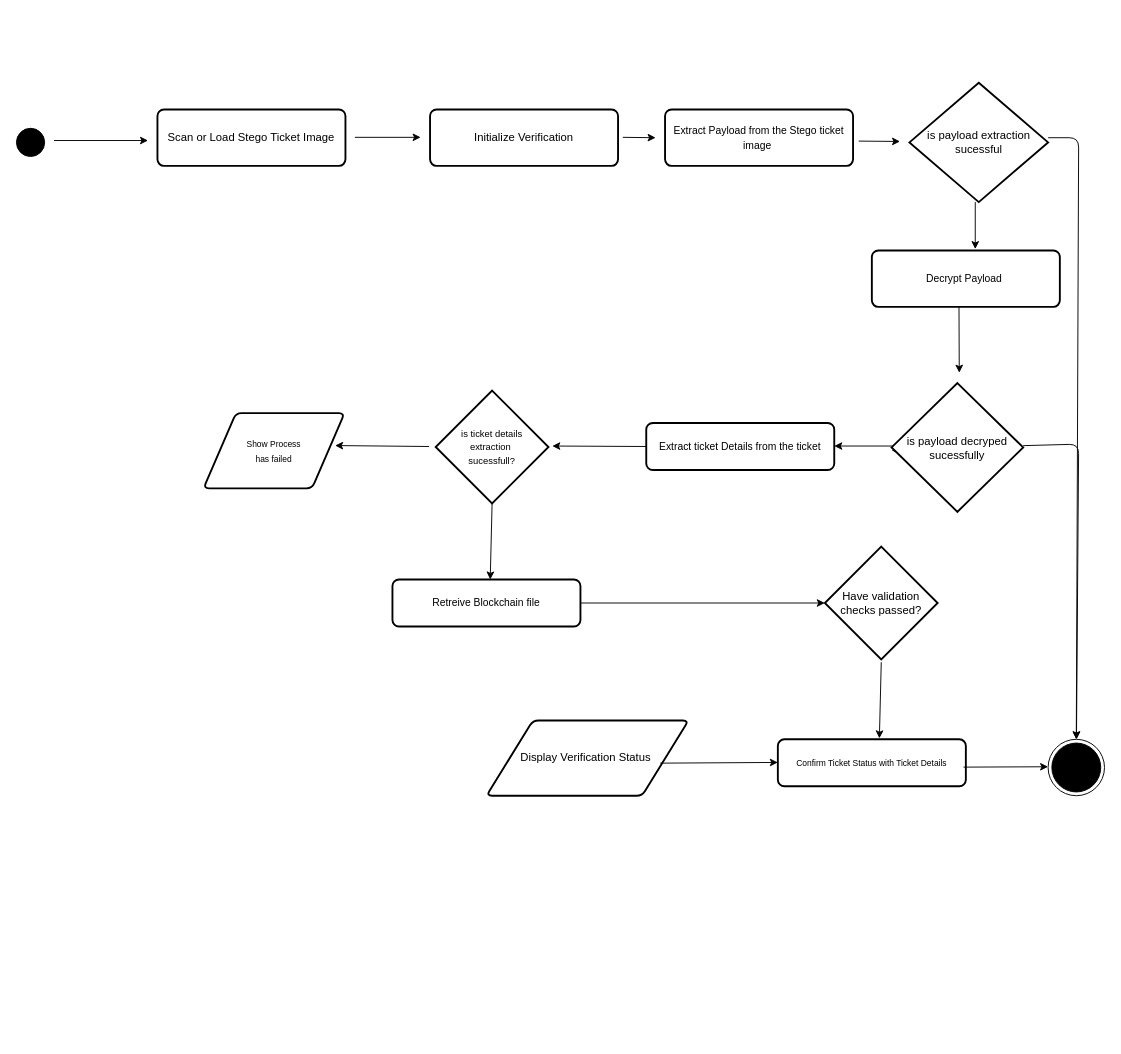
Before: eventChainFlowchart.drawio in raytembo/event_chain, a draw.io diagram. Source tidied: cells renumbered, new cells numbered last; positions are measured from the earlier drawing's top-left corner, leaving out a move shared by most shapes. Both pictures are drawn from the tidied source at 94%, with x=0, y=0 at pixel (16, 83).
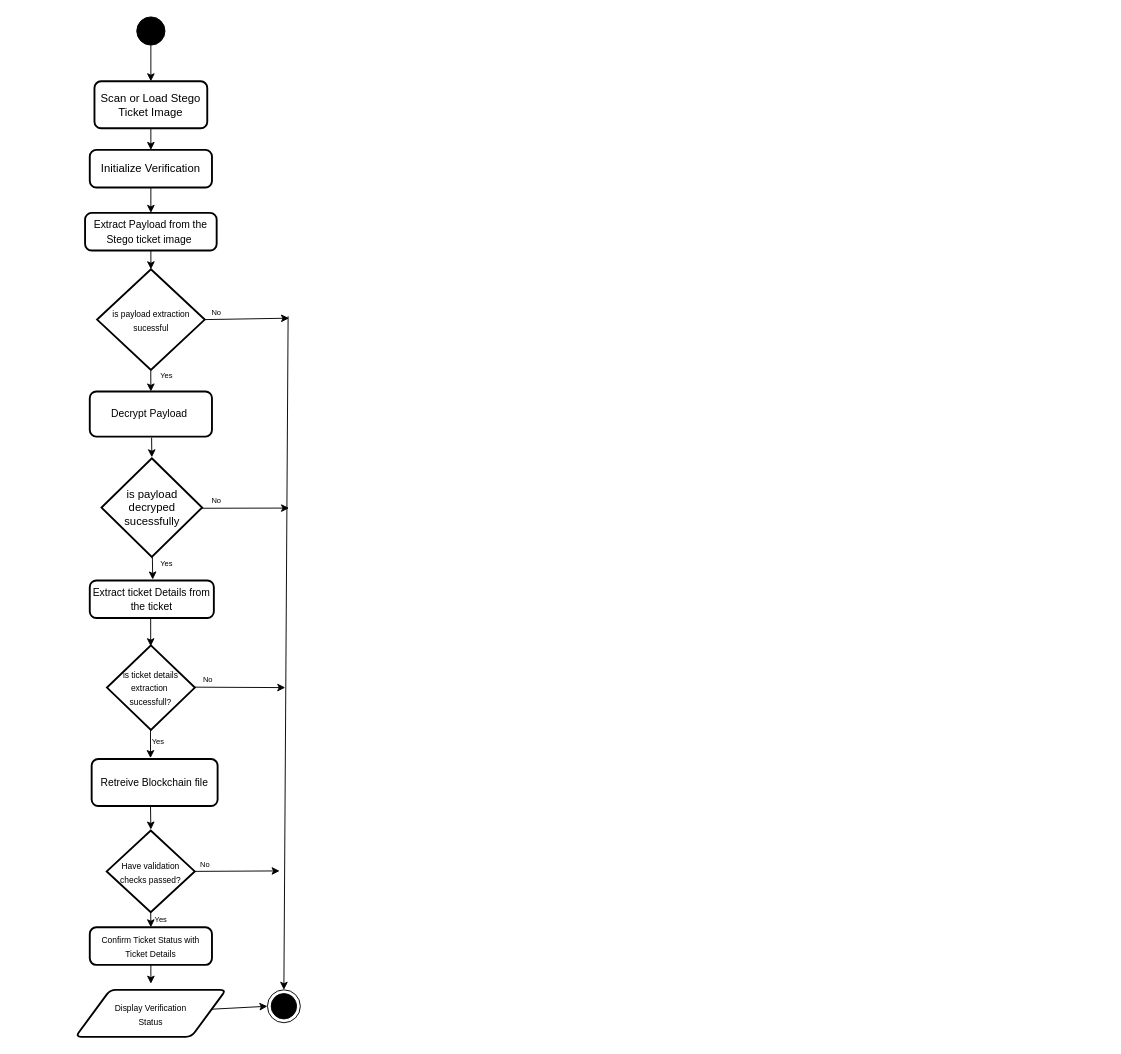
The same page after the edit.

Diff of the diagram source:
```diff
@@
     <mxCell id="2" value="Scan or Load Stego Ticket Image" style="rounded=1;whiteSpace=wrap;html=1;absoluteArcSize=1;arcSize=14;strokeWidth=2;" parent="1" vertex="1">
-      <mxGeometry x="150" y="28" width="200" height="60" as="geometry" />
+      <mxGeometry x="83" y="-2" width="120" height="50" as="geometry" />
     </mxCell>
     <mxCell id="3" value="Initialize Verification" style="rounded=1;whiteSpace=wrap;html=1;absoluteArcSize=1;arcSize=14;strokeWidth=2;" parent="1" vertex="1">
-      <mxGeometry x="440" y="28" width="200" height="60" as="geometry" />
+      <mxGeometry x="78" y="71" width="130" height="40" as="geometry" />
     </mxCell>
     <mxCell id="4" value="&lt;font style=&quot;font-size: 11px;&quot;&gt;Extract Payload from the Stego ticket image&amp;nbsp;&lt;/font&gt;" style="rounded=1;whiteSpace=wrap;html=1;absoluteArcSize=1;arcSize=14;strokeWidth=2;" parent="1" vertex="1">
-      <mxGeometry x="690" y="28" width="200" height="60" as="geometry" />
+      <mxGeometry x="73" y="138" width="140" height="40" as="geometry" />
     </mxCell>
     <mxCell id="5" value="&lt;span style=&quot;font-size: 11px;&quot;&gt;Decrypt Payload&amp;nbsp;&lt;/span&gt;" style="rounded=1;whiteSpace=wrap;html=1;absoluteArcSize=1;arcSize=14;strokeWidth=2;" parent="1" vertex="1">
-      <mxGeometry x="910" y="178" width="200" height="60" as="geometry" />
+      <mxGeometry x="78" y="328" width="130" height="48" as="geometry" />
     </mxCell>
-    <mxCell id="6" value="&lt;span style=&quot;font-size: 11px;&quot;&gt;Retreive Blockchain file&lt;/span&gt;" style="rounded=1;whiteSpace=wrap;html=1;absoluteArcSize=1;arcSize=14;strokeWidth=2;" parent="1" vertex="1">
-      <mxGeometry x="400" y="528" width="200" height="50" as="geometry" />
-    </mxCell>
-    <mxCell id="7" value="&lt;span style=&quot;font-size: 11px;&quot;&gt;Extract ticket Details from the ticket&lt;/span&gt;" style="rounded=1;whiteSpace=wrap;html=1;absoluteArcSize=1;arcSize=14;strokeWidth=2;" parent="1" vertex="1">
-      <mxGeometry x="670" y="361.5" width="200" height="50" as="geometry" />
-    </mxCell>
-    <mxCell id="8" value="&lt;font style=&quot;font-size: 10px;&quot;&gt;is ticket details&lt;/font&gt;&lt;div&gt;&lt;font style=&quot;font-size: 10px;&quot;&gt;extraction&amp;nbsp;&lt;/font&gt;&lt;/div&gt;&lt;div&gt;&lt;font style=&quot;font-size: 10px;&quot;&gt;sucessfull?&lt;/font&gt;&lt;/div&gt;" style="strokeWidth=2;html=1;shape=mxgraph.flowchart.decision;whiteSpace=wrap;" parent="1" vertex="1">
-      <mxGeometry x="446" y="327" width="120" height="120" as="geometry" />
-    </mxCell>
-    <mxCell id="9" value="Have validation checks passed?" style="strokeWidth=2;html=1;shape=mxgraph.flowchart.decision;whiteSpace=wrap;" parent="1" vertex="1">
-      <mxGeometry x="860" y="493" width="120" height="120" as="geometry" />
-    </mxCell>
-    <mxCell id="10" value="&lt;font style=&quot;font-size: 9px;&quot;&gt;Confirm Ticket Status with Ticket Details&lt;/font&gt;" style="rounded=1;whiteSpace=wrap;html=1;absoluteArcSize=1;arcSize=14;strokeWidth=2;" parent="1" vertex="1">
-      <mxGeometry x="810" y="698" width="200" height="50" as="geometry" />
-    </mxCell>
-    <mxCell id="11" value="&lt;font style=&quot;font-size: 9px;&quot;&gt;Show Process&lt;/font&gt;&lt;div&gt;&lt;font style=&quot;font-size: 9px;&quot;&gt;has failed&lt;/font&gt;&lt;/div&gt;" style="shape=parallelogram;html=1;strokeWidth=2;perimeter=parallelogramPerimeter;whiteSpace=wrap;rounded=1;arcSize=12;size=0.23;" parent="1" vertex="1">
-      <mxGeometry x="199" y="351" width="150" height="80" as="geometry" />
-    </mxCell>
-    <mxCell id="12" value="Display Verification Status&amp;nbsp;" style="shape=parallelogram;html=1;strokeWidth=2;perimeter=parallelogramPerimeter;whiteSpace=wrap;rounded=1;arcSize=12;size=0.23;" parent="1" vertex="1">
-      <mxGeometry x="500" y="678" width="215" height="80" as="geometry" />
-    </mxCell>
-    <mxCell id="13" style="endArrow=classic;html=1;exitX=0.86;exitY=0.567;exitDx=0;exitDy=0;exitPerimeter=0;" parent="1" edge="1" source="12">
-      <mxGeometry relative="1" as="geometry">
-        <mxPoint x="810" y="722.6" as="targetPoint" />
-      </mxGeometry>
-    </mxCell>
     <mxCell id="14" style="ellipse;html=1;shape=endState;fillColor=strokeColor;" parent="1" vertex="1">
-      <mxGeometry x="1097.5" y="698" width="60" height="60" as="geometry" />
+      <mxGeometry x="267" y="964.5" width="35" height="35" as="geometry" />
     </mxCell>
-    <mxCell id="15" style="endArrow=classic;html=1;" parent="1" edge="1" source="33" target="14">
-      <mxGeometry relative="1" as="geometry">
-        <Array as="points">
-          <mxPoint x="1130" y="384" />
-        </Array>
-      </mxGeometry>
-    </mxCell>
-    <mxCell id="16" style="endArrow=classic;html=1;" parent="1" edge="1">
-      <mxGeometry relative="1" as="geometry">
-        <mxPoint x="1007.5" y="727.6" as="sourcePoint" />
-        <mxPoint x="1097.5" y="727.2" as="targetPoint" />
-      </mxGeometry>
-    </mxCell>
-    <mxCell id="17" style="endArrow=classic;html=1;" parent="1" edge="1">
+    <mxCell id="17" style="endArrow=classic;html=1;exitX=0.5;exitY=1;exitDx=0;exitDy=0;" parent="1" edge="1" source="20">
       <mxGeometry relative="1" as="geometry">
-        <mxPoint x="40" y="61" as="sourcePoint" />
-        <mxPoint x="140" y="61" as="targetPoint" />
+        <mxPoint x="143" y="-2" as="targetPoint" />
       </mxGeometry>
     </mxCell>
-    <mxCell id="18" style="endArrow=classic;html=1;" parent="1" edge="1">
-      <mxGeometry relative="1" as="geometry">
-        <mxPoint x="360" y="57.6" as="sourcePoint" />
-        <mxPoint x="430" y="57.6" as="targetPoint" />
-      </mxGeometry>
+    <mxCell id="18" style="endArrow=classic;html=1;exitX=0.5;exitY=1;exitDx=0;exitDy=0;entryX=0.5;entryY=0;entryDx=0;entryDy=0;" parent="1" edge="1" source="2" target="3">
+      <mxGeometry relative="1" as="geometry" />
     </mxCell>
-    <mxCell id="19" style="endArrow=classic;html=1;" parent="1" edge="1">
-      <mxGeometry relative="1" as="geometry">
-        <mxPoint x="645" y="57.6" as="sourcePoint" />
-        <mxPoint x="680" y="58" as="targetPoint" />
-      </mxGeometry>
+    <mxCell id="19" style="endArrow=classic;html=1;exitX=0.5;exitY=1;exitDx=0;exitDy=0;entryX=0.5;entryY=0;entryDx=0;entryDy=0;" parent="1" edge="1" source="3" target="4">
+      <mxGeometry relative="1" as="geometry" />
     </mxCell>
     <mxCell id="20" style="ellipse;fillColor=strokeColor;html=1;" parent="1" vertex="1">
-      <mxGeometry y="48" width="30" height="30" as="geometry" />
+      <mxGeometry x="128" y="-70.5" width="30" height="30" as="geometry" />
     </mxCell>
-    <mxCell id="21" style="endArrow=classic;html=1;" parent="1" edge="1">
+    <mxCell id="21" style="endArrow=classic;html=1;exitX=1;exitY=0.5;exitDx=0;exitDy=0;exitPerimeter=0;" parent="1" edge="1">
       <mxGeometry relative="1" as="geometry">
-        <mxPoint x="1020" y="126.5" as="sourcePoint" />
-        <mxPoint x="1020" y="176.5" as="targetPoint" />
+        <mxPoint x="200.2" y="251.5" as="sourcePoint" />
+        <mxPoint x="290" y="250" as="targetPoint" />
       </mxGeometry>
     </mxCell>
-    <mxCell id="22" style="endArrow=classic;html=1;" parent="1" edge="1">
-      <mxGeometry relative="1" as="geometry">
-        <mxPoint x="1002.7" y="238" as="sourcePoint" />
-        <mxPoint x="1003" y="308" as="targetPoint" />
-      </mxGeometry>
-    </mxCell>
-    <mxCell id="23" style="endArrow=classic;html=1;" parent="1" edge="1">
-      <mxGeometry relative="1" as="geometry">
-        <mxPoint x="940" y="386" as="sourcePoint" />
-        <mxPoint x="870" y="386" as="targetPoint" />
-      </mxGeometry>
-    </mxCell>
-    <mxCell id="24" style="endArrow=classic;html=1;exitX=0;exitY=0.5;exitDx=0;exitDy=0;" parent="1" edge="1" source="7">
-      <mxGeometry relative="1" as="geometry">
-        <mxPoint x="570" y="386" as="targetPoint" />
-      </mxGeometry>
-    </mxCell>
-    <mxCell id="25" style="endArrow=classic;html=1;exitX=0;exitY=0.5;exitDx=0;exitDy=0;" parent="1" edge="1">
-      <mxGeometry relative="1" as="geometry">
-        <mxPoint x="439" y="386.5" as="sourcePoint" />
-        <mxPoint x="339" y="385.5" as="targetPoint" />
-      </mxGeometry>
-    </mxCell>
-    <mxCell id="26" style="endArrow=classic;html=1;exitX=0.5;exitY=1;exitDx=0;exitDy=0;exitPerimeter=0;entryX=0.52;entryY=0;entryDx=0;entryDy=0;entryPerimeter=0;" parent="1" edge="1" source="8" target="6">
-      <mxGeometry relative="1" as="geometry" />
-    </mxCell>
-    <mxCell id="27" style="endArrow=classic;html=1;entryX=0;entryY=0.5;entryDx=0;entryDy=0;entryPerimeter=0;exitX=1;exitY=0.5;exitDx=0;exitDy=0;" parent="1" edge="1" source="6" target="9">
-      <mxGeometry relative="1" as="geometry" />
-    </mxCell>
-    <mxCell id="28" style="endArrow=classic;html=1;exitX=0.5;exitY=1;exitDx=0;exitDy=0;exitPerimeter=0;entryX=0.52;entryY=0;entryDx=0;entryDy=0;entryPerimeter=0;" parent="1" edge="1">
-      <mxGeometry relative="1" as="geometry">
-        <mxPoint x="920" y="616" as="sourcePoint" />
-        <mxPoint x="918" y="697" as="targetPoint" />
-      </mxGeometry>
-    </mxCell>
-    <mxCell id="29" value="is payload extraction sucessful" style="strokeWidth=2;html=1;shape=mxgraph.flowchart.decision;whiteSpace=wrap;" parent="1" vertex="1">
-      <mxGeometry x="950" y="-0.5" width="147.5" height="127" as="geometry" />
+    <mxCell id="29" value="&lt;font style=&quot;font-size: 9px;&quot;&gt;is payload extraction sucessful&lt;/font&gt;" style="strokeWidth=2;html=1;shape=mxgraph.flowchart.decision;whiteSpace=wrap;" parent="1" vertex="1">
+      <mxGeometry x="85.8" y="198" width="114.5" height="107" as="geometry" />
     </mxCell>
-    <mxCell id="30" style="endArrow=classic;html=1;" parent="1" edge="1">
-      <mxGeometry relative="1" as="geometry">
-        <mxPoint x="896" y="61.6" as="sourcePoint" />
-        <mxPoint x="940" y="62" as="targetPoint" />
-      </mxGeometry>
+    <mxCell id="30" style="endArrow=classic;html=1;entryX=0.5;entryY=0;entryDx=0;entryDy=0;entryPerimeter=0;exitX=0.5;exitY=1;exitDx=0;exitDy=0;" parent="1" edge="1" source="4" target="29">
+      <mxGeometry relative="1" as="geometry" />
     </mxCell>
-    <mxCell id="31" style="endArrow=classic;html=1;entryX=0.5;entryY=0;entryDx=0;entryDy=0;" parent="1" edge="1" target="14">
-      <mxGeometry relative="1" as="geometry">
-        <mxPoint x="1097.5" y="58" as="sourcePoint" />
-        <Array as="points">
-          <mxPoint x="1130" y="58" />
-        </Array>
-      </mxGeometry>
-    </mxCell>
-    <mxCell id="32" style="endArrow=classic;html=1;" parent="1" edge="1" target="33">
-      <mxGeometry relative="1" as="geometry">
-        <mxPoint x="990" y="388" as="sourcePoint" />
-      </mxGeometry>
-    </mxCell>
     <mxCell id="33" value="is payload decryped sucessfully" style="strokeWidth=2;html=1;shape=mxgraph.flowchart.decision;whiteSpace=wrap;" parent="1" vertex="1">
-      <mxGeometry x="931" y="319" width="140" height="137" as="geometry" />
+      <mxGeometry x="90.5" y="399" width="107" height="105" as="geometry" />
     </mxCell>
+    <mxCell id="34" style="endArrow=classic;html=1;exitX=0.5;exitY=1;exitDx=0;exitDy=0;" parent="1" edge="1">
+      <mxGeometry relative="1" as="geometry">
+        <mxPoint x="142.9" y="306" as="sourcePoint" />
+        <mxPoint x="143" y="328" as="targetPoint" />
+      </mxGeometry>
+    </mxCell>
+    <mxCell id="35" style="endArrow=classic;html=1;exitX=0.5;exitY=1;exitDx=0;exitDy=0;" parent="1" edge="1">
+      <mxGeometry relative="1" as="geometry">
+        <mxPoint x="143.8" y="377" as="sourcePoint" />
+        <mxPoint x="144" y="398" as="targetPoint" />
+      </mxGeometry>
+    </mxCell>
+    <mxCell id="36" style="endArrow=classic;html=1;exitX=1;exitY=0.5;exitDx=0;exitDy=0;exitPerimeter=0;" parent="1" edge="1">
+      <mxGeometry relative="1" as="geometry">
+        <mxPoint x="196.5" y="452.2" as="sourcePoint" />
+        <mxPoint x="290" y="452" as="targetPoint" />
+      </mxGeometry>
+    </mxCell>
+    <mxCell id="7" value="&lt;span style=&quot;font-size: 11px;&quot;&gt;Extract ticket Details from the ticket&lt;/span&gt;" style="rounded=1;whiteSpace=wrap;html=1;absoluteArcSize=1;arcSize=14;strokeWidth=2;" parent="1" vertex="1">
+      <mxGeometry x="78" y="529" width="132" height="40" as="geometry" />
+    </mxCell>
+    <mxCell id="37" style="endArrow=classic;html=1;exitX=0.5;exitY=1;exitDx=0;exitDy=0;" parent="1" edge="1">
+      <mxGeometry relative="1" as="geometry">
+        <mxPoint x="144.6" y="504" as="sourcePoint" />
+        <mxPoint x="145" y="528" as="targetPoint" />
+      </mxGeometry>
+    </mxCell>
+    <mxCell id="38" style="edgeStyle=none;html=1;exitX=1;exitY=0.5;exitDx=0;exitDy=0;exitPerimeter=0;" parent="1" edge="1">
+      <mxGeometry relative="1" as="geometry">
+        <mxPoint x="186" y="642.5" as="sourcePoint" />
+        <mxPoint x="286" y="643" as="targetPoint" />
+      </mxGeometry>
+    </mxCell>
+    <mxCell id="8" value="&lt;font style=&quot;font-size: 9px;&quot;&gt;is ticket details&lt;/font&gt;&lt;div&gt;&lt;font style=&quot;font-size: 9px;&quot;&gt;extraction&amp;nbsp;&lt;/font&gt;&lt;/div&gt;&lt;div&gt;&lt;font style=&quot;font-size: 9px;&quot;&gt;sucessfull?&lt;/font&gt;&lt;/div&gt;" style="strokeWidth=2;html=1;shape=mxgraph.flowchart.decision;whiteSpace=wrap;" parent="1" vertex="1">
+      <mxGeometry x="96.3" y="598" width="93.5" height="90" as="geometry" />
+    </mxCell>
+    <mxCell id="39" style="endArrow=classic;html=1;entryX=0.5;entryY=0;entryDx=0;entryDy=0;entryPerimeter=0;exitX=0.5;exitY=1;exitDx=0;exitDy=0;" parent="1" edge="1">
+      <mxGeometry relative="1" as="geometry">
+        <mxPoint x="142.8" y="569" as="sourcePoint" />
+        <mxPoint x="142.8" y="599" as="targetPoint" />
+      </mxGeometry>
+    </mxCell>
+    <mxCell id="6" value="&lt;span style=&quot;font-size: 11px;&quot;&gt;Retreive Blockchain file&lt;/span&gt;" style="rounded=1;whiteSpace=wrap;html=1;absoluteArcSize=1;arcSize=14;strokeWidth=2;" parent="1" vertex="1">
+      <mxGeometry x="80" y="719" width="134" height="50" as="geometry" />
+    </mxCell>
+    <mxCell id="40" style="endArrow=classic;html=1;entryX=0.5;entryY=0;entryDx=0;entryDy=0;entryPerimeter=0;exitX=0.5;exitY=1;exitDx=0;exitDy=0;" parent="1" edge="1">
+      <mxGeometry relative="1" as="geometry">
+        <mxPoint x="142.6" y="688" as="sourcePoint" />
+        <mxPoint x="142.6" y="718" as="targetPoint" />
+      </mxGeometry>
+    </mxCell>
+    <mxCell id="41" style="edgeStyle=none;html=1;exitX=0.5;exitY=1;exitDx=0;exitDy=0;exitPerimeter=0;entryX=0.5;entryY=0;entryDx=0;entryDy=0;" parent="1" edge="1" source="9" target="10">
+      <mxGeometry relative="1" as="geometry" />
+    </mxCell>
+    <mxCell id="42" style="edgeStyle=none;html=1;exitX=1;exitY=0.5;exitDx=0;exitDy=0;exitPerimeter=0;" parent="1" edge="1" source="9">
+      <mxGeometry relative="1" as="geometry">
+        <mxPoint x="280" y="838" as="targetPoint" />
+      </mxGeometry>
+    </mxCell>
+    <mxCell id="9" value="&lt;font style=&quot;font-size: 9px;&quot;&gt;Have validation checks passed?&lt;/font&gt;" style="strokeWidth=2;html=1;shape=mxgraph.flowchart.decision;whiteSpace=wrap;" parent="1" vertex="1">
+      <mxGeometry x="96" y="795" width="93.7" height="87" as="geometry" />
+    </mxCell>
+    <mxCell id="43" style="endArrow=classic;html=1;exitX=0.5;exitY=1;exitDx=0;exitDy=0;" parent="1" edge="1">
+      <mxGeometry relative="1" as="geometry">
+        <mxPoint x="142.6" y="769" as="sourcePoint" />
+        <mxPoint x="143" y="794" as="targetPoint" />
+      </mxGeometry>
+    </mxCell>
+    <mxCell id="44" style="edgeStyle=none;html=1;exitX=0.5;exitY=1;exitDx=0;exitDy=0;" parent="1" edge="1">
+      <mxGeometry relative="1" as="geometry">
+        <mxPoint x="143" y="936" as="sourcePoint" />
+        <mxPoint x="143" y="958" as="targetPoint" />
+      </mxGeometry>
+    </mxCell>
+    <mxCell id="10" value="&lt;font style=&quot;font-size: 9px;&quot;&gt;Confirm Ticket Status with Ticket Details&lt;/font&gt;" style="rounded=1;whiteSpace=wrap;html=1;absoluteArcSize=1;arcSize=14;strokeWidth=2;" parent="1" vertex="1">
+      <mxGeometry x="78" y="898" width="130" height="40" as="geometry" />
+    </mxCell>
+    <mxCell id="45" style="edgeStyle=none;html=1;entryX=0;entryY=0.5;entryDx=0;entryDy=0;exitX=0.89;exitY=0.415;exitDx=0;exitDy=0;exitPerimeter=0;" parent="1" edge="1" source="12" target="14">
+      <mxGeometry relative="1" as="geometry" />
+    </mxCell>
+    <mxCell id="46" style="endArrow=classic;html=1;entryX=0.5;entryY=0;entryDx=0;entryDy=0;" parent="1" edge="1" target="14">
+      <mxGeometry relative="1" as="geometry">
+        <mxPoint x="289" y="248" as="sourcePoint" />
+      </mxGeometry>
+    </mxCell>
+    <mxCell id="47" value="&lt;font style=&quot;font-size: 8px;&quot;&gt;No&lt;/font&gt;" style="text;html=1;align=center;verticalAlign=middle;whiteSpace=wrap;rounded=0;" parent="1" vertex="1">
+      <mxGeometry x="203" y="238" width="20.3" height="10.1" as="geometry" />
+    </mxCell>
+    <mxCell id="48" value="&lt;span style=&quot;font-size: 8px;&quot;&gt;Yes&lt;/span&gt;" style="text;html=1;align=center;verticalAlign=middle;whiteSpace=wrap;rounded=0;" parent="1" vertex="1">
+      <mxGeometry x="150" y="305" width="20.3" height="10.1" as="geometry" />
+    </mxCell>
+    <mxCell id="49" value="&lt;font style=&quot;font-size: 8px;&quot;&gt;No&lt;/font&gt;" style="text;html=1;align=center;verticalAlign=middle;whiteSpace=wrap;rounded=0;" parent="1" vertex="1">
+      <mxGeometry x="203" y="438" width="20.3" height="10.1" as="geometry" />
+    </mxCell>
+    <mxCell id="50" value="&lt;span style=&quot;font-size: 8px;&quot;&gt;Yes&lt;/span&gt;" style="text;html=1;align=center;verticalAlign=middle;whiteSpace=wrap;rounded=0;" parent="1" vertex="1">
+      <mxGeometry x="150" y="505" width="20.3" height="10.1" as="geometry" />
+    </mxCell>
+    <mxCell id="51" value="&lt;font style=&quot;font-size: 8px;&quot;&gt;No&lt;/font&gt;" style="text;html=1;align=center;verticalAlign=middle;whiteSpace=wrap;rounded=0;" parent="1" vertex="1">
+      <mxGeometry x="193.7" y="628" width="20.3" height="10.1" as="geometry" />
+    </mxCell>
+    <mxCell id="52" value="&lt;span style=&quot;font-size: 8px;&quot;&gt;Yes&lt;/span&gt;" style="text;html=1;align=center;verticalAlign=middle;whiteSpace=wrap;rounded=0;" parent="1" vertex="1">
+      <mxGeometry x="140.7" y="695" width="20.3" height="10.1" as="geometry" />
+    </mxCell>
+    <mxCell id="53" value="&lt;font style=&quot;font-size: 8px;&quot;&gt;No&lt;/font&gt;" style="text;html=1;align=center;verticalAlign=middle;whiteSpace=wrap;rounded=0;" parent="1" vertex="1">
+      <mxGeometry x="190.7" y="825" width="20.3" height="10.1" as="geometry" />
+    </mxCell>
+    <mxCell id="54" value="&lt;span style=&quot;font-size: 8px;&quot;&gt;Yes&lt;/span&gt;" style="text;html=1;align=center;verticalAlign=middle;whiteSpace=wrap;rounded=0;" parent="1" vertex="1">
+      <mxGeometry x="143.7" y="884" width="20.3" height="10.1" as="geometry" />
+    </mxCell>
+    <mxCell id="12" value="&lt;font style=&quot;font-size: 9px;&quot;&gt;Display Verification&lt;/font&gt;&lt;div&gt;&lt;font style=&quot;font-size: 9px;&quot;&gt;Status&lt;/font&gt;&lt;/div&gt;" style="shape=parallelogram;html=1;strokeWidth=2;perimeter=parallelogramPerimeter;whiteSpace=wrap;rounded=1;arcSize=12;size=0.23;" parent="1" vertex="1">
+      <mxGeometry x="62.9" y="964.5" width="160" height="50" as="geometry" />
+    </mxCell>
```
